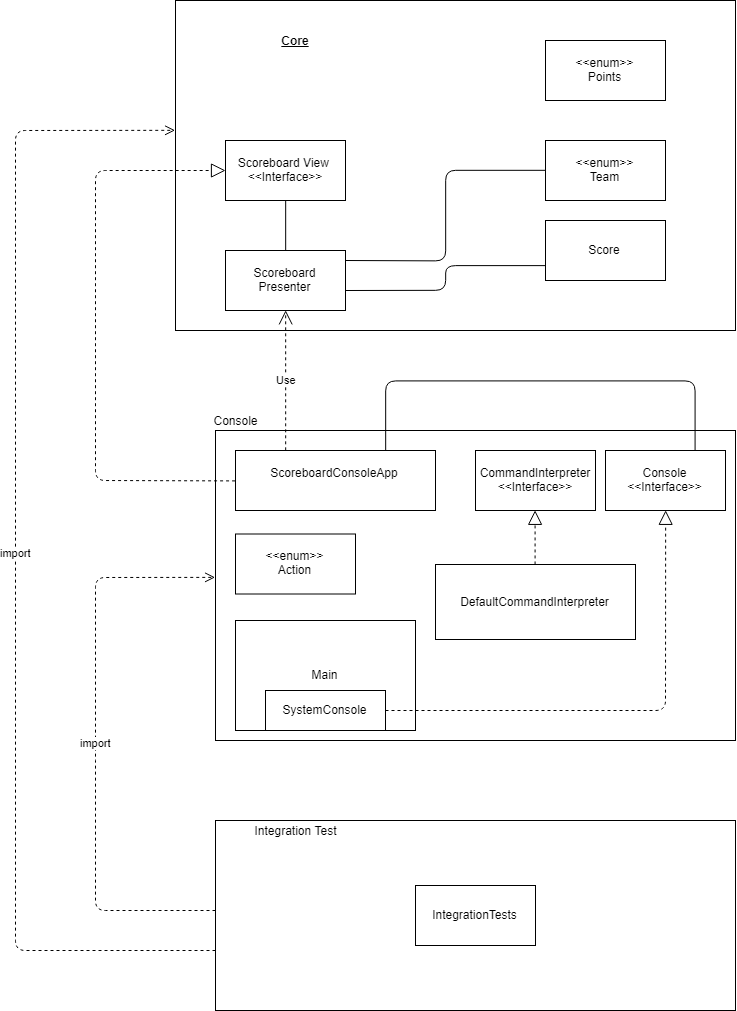
Before: docs/architecture.png, a diagram exported from draw.io (jlink-workshop/scoreboard). Source tidied: cells renumbered, new cells last; positions are measured from the earlier drawing's top-left corner, leaving out a move shared by most shapes. Source of this version:
```xml
<mxGraphModel>
  <root>
    <mxCell id="0" />
    <mxCell id="1" parent="0" />
    <mxCell id="2" style="rounded=0;whiteSpace=wrap;html=1;" parent="1" vertex="1">
      <mxGeometry x="160" width="560" height="330" as="geometry" />
    </mxCell>
    <mxCell id="3" value="&lt;b&gt;&lt;u&gt;Core&lt;br&gt;&lt;/u&gt;&lt;/b&gt;" style="text;html=1;strokeColor=none;fillColor=none;align=center;verticalAlign=middle;whiteSpace=wrap;rounded=0;" parent="1" vertex="1">
      <mxGeometry x="170" y="10" width="220" height="60" as="geometry" />
    </mxCell>
    <mxCell id="4" style="rounded=0;whiteSpace=wrap;html=1;" parent="1" vertex="1">
      <mxGeometry x="200" y="430" width="520" height="310" as="geometry" />
    </mxCell>
    <mxCell id="5" value="Console" style="text;html=1;strokeColor=none;fillColor=none;align=center;verticalAlign=middle;whiteSpace=wrap;rounded=0;" parent="1" vertex="1">
      <mxGeometry x="200" y="410" width="40" height="20" as="geometry" />
    </mxCell>
    <mxCell id="6" value="Scoreboard View&amp;nbsp;&lt;br&gt;&amp;lt;&amp;lt;Interface&amp;gt;&amp;gt;&lt;br&gt;" style="rounded=0;whiteSpace=wrap;html=1;" parent="1" vertex="1">
      <mxGeometry x="210" y="140" width="120" height="60" as="geometry" />
    </mxCell>
    <mxCell id="7" value="&amp;lt;&amp;lt;enum&amp;gt;&amp;gt;&lt;br&gt;Team&lt;br&gt;" style="rounded=0;whiteSpace=wrap;html=1;" parent="1" vertex="1">
      <mxGeometry x="530" y="140" width="120" height="60" as="geometry" />
    </mxCell>
    <mxCell id="8" value="Score" style="rounded=0;whiteSpace=wrap;html=1;" parent="1" vertex="1">
      <mxGeometry x="530" y="220" width="120" height="60" as="geometry" />
    </mxCell>
    <mxCell id="9" value="Scoreboard Presenter" style="rounded=0;whiteSpace=wrap;html=1;" parent="1" vertex="1">
      <mxGeometry x="210" y="250" width="120" height="60" as="geometry" />
    </mxCell>
    <mxCell id="10" value="ScoreboardConsoleApp&lt;br&gt;&lt;br&gt;" style="rounded=0;whiteSpace=wrap;html=1;" parent="1" vertex="1">
      <mxGeometry x="220" y="450" width="200" height="60" as="geometry" />
    </mxCell>
    <mxCell id="11" value="CommandInterpreter&lt;br&gt;&amp;lt;&amp;lt;Interface&amp;gt;&amp;gt;&lt;br&gt;" style="rounded=0;whiteSpace=wrap;html=1;" parent="1" vertex="1">
      <mxGeometry x="460" y="450" width="120" height="60" as="geometry" />
    </mxCell>
    <mxCell id="12" value="Console&lt;br&gt;&amp;lt;&amp;lt;Interface&amp;gt;&amp;gt;&lt;br&gt;" style="rounded=0;whiteSpace=wrap;html=1;" parent="1" vertex="1">
      <mxGeometry x="590" y="450" width="120" height="60" as="geometry" />
    </mxCell>
    <mxCell id="13" value="&amp;lt;&amp;lt;enum&amp;gt;&amp;gt;&lt;br&gt;Action&lt;br&gt;" style="rounded=0;whiteSpace=wrap;html=1;" parent="1" vertex="1">
      <mxGeometry x="220" y="533.5" width="120" height="60" as="geometry" />
    </mxCell>
    <mxCell id="14" value="DefaultCommandInterpreter" style="rounded=0;whiteSpace=wrap;html=1;" parent="1" vertex="1">
      <mxGeometry x="420" y="564" width="200" height="75" as="geometry" />
    </mxCell>
    <mxCell id="15" style="endArrow=block;dashed=1;endFill=0;endSize=12;html=1;entryX=0.5;entryY=1;entryDx=0;entryDy=0;exitX=0.5;exitY=0;exitDx=0;exitDy=0;" parent="1" edge="1" source="14" target="11">
      <mxGeometry relative="1" as="geometry" />
    </mxCell>
    <mxCell id="16" style="endArrow=block;dashed=1;endFill=0;endSize=12;html=1;exitX=0;exitY=0.5;exitDx=0;exitDy=0;" parent="1" edge="1" source="10">
      <mxGeometry relative="1" as="geometry">
        <mxPoint x="210" y="170" as="targetPoint" />
        <Array as="points">
          <mxPoint x="80" y="480" />
          <mxPoint x="80" y="170" />
        </Array>
      </mxGeometry>
    </mxCell>
    <mxCell id="17" value="Use" style="endArrow=open;endSize=12;dashed=1;html=1;entryX=0.5;entryY=1;entryDx=0;entryDy=0;exitX=0.25;exitY=0;exitDx=0;exitDy=0;" parent="1" edge="1" source="10" target="9">
      <mxGeometry relative="1" as="geometry" />
    </mxCell>
    <mxCell id="18" style="endArrow=none;html=1;edgeStyle=orthogonalEdgeStyle;exitX=0.75;exitY=0;exitDx=0;exitDy=0;entryX=0.75;entryY=0;entryDx=0;entryDy=0;" parent="1" edge="1" source="12" target="10">
      <mxGeometry relative="1" as="geometry">
        <Array as="points">
          <mxPoint x="680" y="380" />
          <mxPoint x="370" y="380" />
        </Array>
      </mxGeometry>
    </mxCell>
    <mxCell id="19" value="&amp;lt;&amp;lt;enum&amp;gt;&amp;gt;&lt;br&gt;Points&lt;br&gt;" style="rounded=0;whiteSpace=wrap;html=1;" parent="1" vertex="1">
      <mxGeometry x="530" y="40" width="120" height="60" as="geometry" />
    </mxCell>
    <mxCell id="20" style="endArrow=none;html=1;edgeStyle=orthogonalEdgeStyle;entryX=0.5;entryY=1;entryDx=0;entryDy=0;exitX=0.5;exitY=0;exitDx=0;exitDy=0;" parent="1" edge="1" source="9" target="6">
      <mxGeometry relative="1" as="geometry" />
    </mxCell>
    <mxCell id="21" style="endArrow=none;html=1;edgeStyle=orthogonalEdgeStyle;entryX=0;entryY=0.5;entryDx=0;entryDy=0;" parent="1" edge="1" target="7">
      <mxGeometry relative="1" as="geometry">
        <mxPoint x="330" y="260" as="sourcePoint" />
      </mxGeometry>
    </mxCell>
    <mxCell id="22" style="endArrow=none;html=1;edgeStyle=orthogonalEdgeStyle;entryX=0;entryY=0.75;entryDx=0;entryDy=0;" parent="1" edge="1" target="8">
      <mxGeometry relative="1" as="geometry">
        <mxPoint x="330" y="290" as="sourcePoint" />
      </mxGeometry>
    </mxCell>
    <mxCell id="23" value="Main" style="rounded=0;whiteSpace=wrap;html=1;" parent="1" vertex="1">
      <mxGeometry x="220" y="620" width="180" height="110" as="geometry" />
    </mxCell>
    <mxCell id="24" value="SystemConsole" style="rounded=0;whiteSpace=wrap;html=1;" parent="1" vertex="1">
      <mxGeometry x="250" y="690" width="120" height="40" as="geometry" />
    </mxCell>
    <mxCell id="25" style="endArrow=block;dashed=1;endFill=0;endSize=12;html=1;entryX=0.5;entryY=1;entryDx=0;entryDy=0;" parent="1" edge="1" target="12">
      <mxGeometry relative="1" as="geometry">
        <mxPoint x="370" y="710" as="sourcePoint" />
        <Array as="points">
          <mxPoint x="650" y="710" />
        </Array>
      </mxGeometry>
    </mxCell>
    <mxCell id="26" style="rounded=0;whiteSpace=wrap;html=1;" parent="1" vertex="1">
      <mxGeometry x="200" y="820" width="520" height="190" as="geometry" />
    </mxCell>
    <mxCell id="27" value="Integration Test" style="text;html=1;strokeColor=none;fillColor=none;align=center;verticalAlign=middle;whiteSpace=wrap;rounded=0;" parent="1" vertex="1">
      <mxGeometry x="200" y="820" width="160" height="20" as="geometry" />
    </mxCell>
    <mxCell id="28" value="IntegrationTests" style="rounded=0;whiteSpace=wrap;html=1;" parent="1" vertex="1">
      <mxGeometry x="400" y="885" width="120" height="60" as="geometry" />
    </mxCell>
    <mxCell id="29" value="import" style="html=1;verticalAlign=bottom;endArrow=open;dashed=1;endSize=8;entryX=0;entryY=0.473;entryDx=0;entryDy=0;entryPerimeter=0;" parent="1" edge="1" target="4">
      <mxGeometry x="-0.03" relative="1" as="geometry">
        <mxPoint x="200" y="910" as="sourcePoint" />
        <Array as="points">
          <mxPoint x="80" y="910" />
          <mxPoint x="80" y="750" />
          <mxPoint x="80" y="577" />
        </Array>
      </mxGeometry>
    </mxCell>
    <mxCell id="30" value="import&lt;br&gt;" style="html=1;verticalAlign=bottom;endArrow=open;dashed=1;endSize=8;entryX=-0.001;entryY=0.393;entryDx=0;entryDy=0;entryPerimeter=0;" parent="1" edge="1" target="2">
      <mxGeometry relative="1" as="geometry">
        <mxPoint x="200" y="950" as="sourcePoint" />
        <Array as="points">
          <mxPoint y="950" />
          <mxPoint y="130" />
        </Array>
      </mxGeometry>
    </mxCell>
  </root>
</mxGraphModel>
```
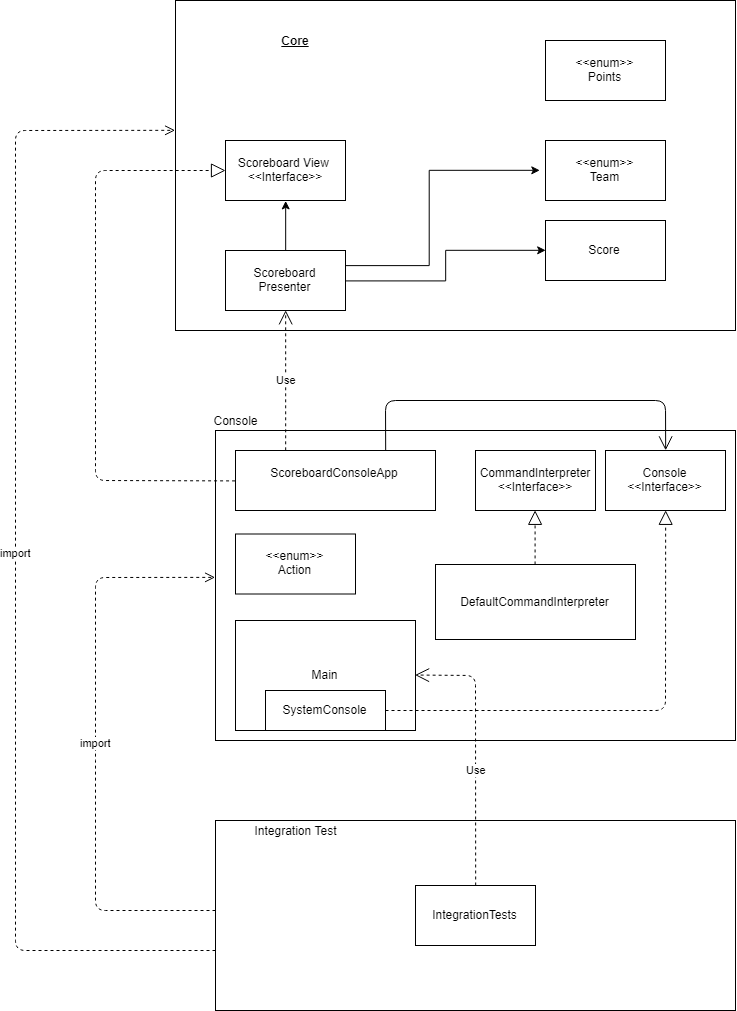
Later version of the same file.

Commit message:
Story #14: Incorporated more PO feedback.

Diff of the diagram source:
```diff
@@ -23,6 +23,21 @@
     <mxCell id="8" value="Score" style="rounded=0;whiteSpace=wrap;html=1;" parent="1" vertex="1">
       <mxGeometry x="530" y="220" width="120" height="60" as="geometry" />
     </mxCell>
+    <mxCell id="31" style="edgeStyle=orthogonalEdgeStyle;rounded=0;jettySize=auto;html=1;exitX=1;exitY=0.5;exitDx=0;exitDy=0;entryX=0;entryY=0.5;entryDx=0;entryDy=0;" parent="1" edge="1" source="9" target="8">
+      <mxGeometry relative="1" as="geometry" />
+    </mxCell>
+    <mxCell id="32" style="edgeStyle=orthogonalEdgeStyle;rounded=0;jettySize=auto;html=1;exitX=1;exitY=0.25;exitDx=0;exitDy=0;entryX=0;entryY=0.5;entryDx=0;entryDy=0;" parent="1" edge="1" source="9">
+      <mxGeometry relative="1" as="geometry">
+        <mxPoint x="524.2" y="169.8" as="targetPoint" />
+        <Array as="points">
+          <mxPoint x="414" y="265" />
+          <mxPoint x="414" y="170" />
+        </Array>
+      </mxGeometry>
+    </mxCell>
+    <mxCell id="20" style="edgeStyle=orthogonalEdgeStyle;rounded=0;jettySize=auto;html=1;exitX=0.5;exitY=0;exitDx=0;exitDy=0;entryX=0.5;entryY=1;entryDx=0;entryDy=0;" parent="1" edge="1" source="9" target="6">
+      <mxGeometry relative="1" as="geometry" />
+    </mxCell>
     <mxCell id="9" value="Scoreboard Presenter" style="rounded=0;whiteSpace=wrap;html=1;" parent="1" vertex="1">
       <mxGeometry x="210" y="250" width="120" height="60" as="geometry" />
     </mxCell>
@@ -56,30 +71,9 @@
     <mxCell id="17" value="Use" style="endArrow=open;endSize=12;dashed=1;html=1;entryX=0.5;entryY=1;entryDx=0;entryDy=0;exitX=0.25;exitY=0;exitDx=0;exitDy=0;" parent="1" edge="1" source="10" target="9">
       <mxGeometry relative="1" as="geometry" />
     </mxCell>
-    <mxCell id="18" style="endArrow=none;html=1;edgeStyle=orthogonalEdgeStyle;exitX=0.75;exitY=0;exitDx=0;exitDy=0;entryX=0.75;entryY=0;entryDx=0;entryDy=0;" parent="1" edge="1" source="12" target="10">
-      <mxGeometry relative="1" as="geometry">
-        <Array as="points">
-          <mxPoint x="680" y="380" />
-          <mxPoint x="370" y="380" />
-        </Array>
-      </mxGeometry>
-    </mxCell>
     <mxCell id="19" value="&amp;lt;&amp;lt;enum&amp;gt;&amp;gt;&lt;br&gt;Points&lt;br&gt;" style="rounded=0;whiteSpace=wrap;html=1;" parent="1" vertex="1">
       <mxGeometry x="530" y="40" width="120" height="60" as="geometry" />
     </mxCell>
-    <mxCell id="20" style="endArrow=none;html=1;edgeStyle=orthogonalEdgeStyle;entryX=0.5;entryY=1;entryDx=0;entryDy=0;exitX=0.5;exitY=0;exitDx=0;exitDy=0;" parent="1" edge="1" source="9" target="6">
-      <mxGeometry relative="1" as="geometry" />
-    </mxCell>
-    <mxCell id="21" style="endArrow=none;html=1;edgeStyle=orthogonalEdgeStyle;entryX=0;entryY=0.5;entryDx=0;entryDy=0;" parent="1" edge="1" target="7">
-      <mxGeometry relative="1" as="geometry">
-        <mxPoint x="330" y="260" as="sourcePoint" />
-      </mxGeometry>
-    </mxCell>
-    <mxCell id="22" style="endArrow=none;html=1;edgeStyle=orthogonalEdgeStyle;entryX=0;entryY=0.75;entryDx=0;entryDy=0;" parent="1" edge="1" target="8">
-      <mxGeometry relative="1" as="geometry">
-        <mxPoint x="330" y="290" as="sourcePoint" />
-      </mxGeometry>
-    </mxCell>
     <mxCell id="23" value="Main" style="rounded=0;whiteSpace=wrap;html=1;" parent="1" vertex="1">
       <mxGeometry x="220" y="620" width="180" height="110" as="geometry" />
     </mxCell>
@@ -122,5 +116,21 @@
         </Array>
       </mxGeometry>
     </mxCell>
+    <mxCell id="33" value="Use" style="endArrow=open;endSize=12;dashed=1;html=1;entryX=1;entryY=0.5;entryDx=0;entryDy=0;exitX=0.25;exitY=0;exitDx=0;exitDy=0;" parent="1" edge="1" target="23">
+      <mxGeometry x="-0.15" relative="1" as="geometry">
+        <mxPoint x="460.2" y="885" as="sourcePoint" />
+        <Array as="points">
+          <mxPoint x="460" y="675" />
+        </Array>
+      </mxGeometry>
+    </mxCell>
+    <mxCell id="34" style="endArrow=open;endFill=1;endSize=12;html=1;entryX=0.5;entryY=0;entryDx=0;entryDy=0;exitX=0.75;exitY=0;exitDx=0;exitDy=0;" parent="1" edge="1" source="10" target="12">
+      <mxGeometry relative="1" as="geometry">
+        <Array as="points">
+          <mxPoint x="370" y="400" />
+          <mxPoint x="650" y="400" />
+        </Array>
+      </mxGeometry>
+    </mxCell>
   </root>
 </mxGraphModel>
```
